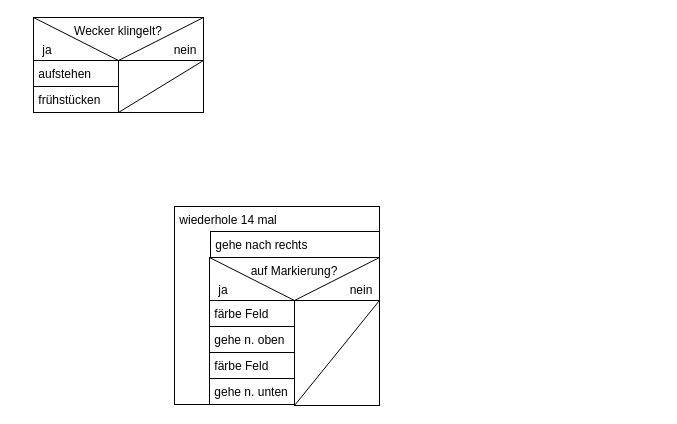
This is page "Bedingte Anweisung" (2 of 3) of Jahrgangsstufe 7.drawio from JoernWVSG/diagram, a draw.io file, before an edit. Source tidied: cells renumbered, new cells numbered last; positions are measured from the earlier drawing's top-left corner, leaving out a move shared by most shapes. Both pictures are drawn from the tidied source at 100%, with x=0, y=0 at pixel (17, 17).
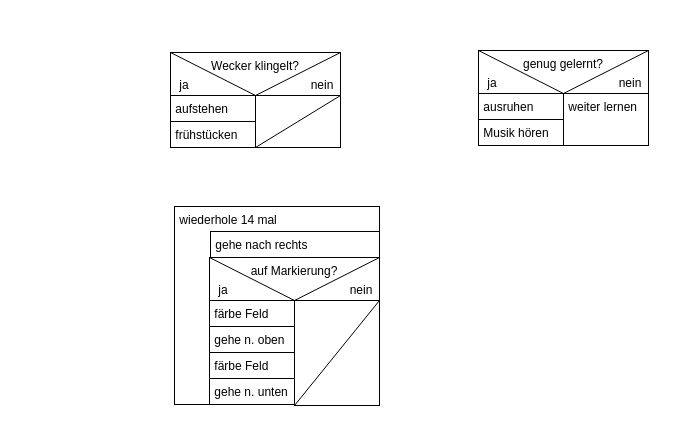
After the change.

Diff of the diagram source:
```diff
@@
     <mxCell id="2" value="Wecker klingelt?" style="rounded=0;whiteSpace=wrap;html=1;align=center;verticalAlign=top;" parent="1" vertex="1">
-      <mxGeometry x="16" width="170" height="95" as="geometry" />
+      <mxGeometry x="153" y="35" width="170" height="95" as="geometry" />
     </mxCell>
     <mxCell id="3" value="&amp;nbsp;aufstehen" style="rounded=0;whiteSpace=wrap;html=1;align=left;verticalAlign=top;" parent="1" vertex="1">
-      <mxGeometry x="16" y="43" width="85" height="27" as="geometry" />
+      <mxGeometry x="153" y="78" width="85" height="27" as="geometry" />
     </mxCell>
     <mxCell id="4" value="&amp;nbsp;frühstücken" style="rounded=0;whiteSpace=wrap;html=1;align=left;verticalAlign=top;" parent="1" vertex="1">
-      <mxGeometry x="16" y="69" width="85" height="26" as="geometry" />
+      <mxGeometry x="153" y="104" width="85" height="26" as="geometry" />
     </mxCell>
     <mxCell id="5" value="&amp;nbsp;" style="rounded=0;whiteSpace=wrap;html=1;align=left;verticalAlign=top;" parent="1" vertex="1">
-      <mxGeometry x="101" y="43" width="85" height="52" as="geometry" />
+      <mxGeometry x="238" y="78" width="85" height="52" as="geometry" />
     </mxCell>
@@
     <mxCell id="9" value="ja" style="text;html=1;align=center;verticalAlign=middle;whiteSpace=wrap;rounded=0;" parent="1" vertex="1">
-      <mxGeometry y="18" width="60" height="30" as="geometry" />
+      <mxGeometry x="137" y="53" width="60" height="30" as="geometry" />
     </mxCell>
     <mxCell id="10" value="nein" style="text;html=1;align=center;verticalAlign=middle;whiteSpace=wrap;rounded=0;" parent="1" vertex="1">
-      <mxGeometry x="138" y="18" width="60" height="30" as="geometry" />
+      <mxGeometry x="275" y="53" width="60" height="30" as="geometry" />
     </mxCell>
@@
+    <mxCell id="24" value="genug gelernt?" style="rounded=0;whiteSpace=wrap;html=1;align=center;verticalAlign=top;" parent="1" vertex="1">
+      <mxGeometry x="461" y="33" width="170" height="95" as="geometry" />
+    </mxCell>
+    <mxCell id="25" value="&amp;nbsp;ausruhen" style="rounded=0;whiteSpace=wrap;html=1;align=left;verticalAlign=top;" parent="1" vertex="1">
+      <mxGeometry x="461" y="76" width="85" height="27" as="geometry" />
+    </mxCell>
+    <mxCell id="26" value="&amp;nbsp;Musik hören" style="rounded=0;whiteSpace=wrap;html=1;align=left;verticalAlign=top;" parent="1" vertex="1">
+      <mxGeometry x="461" y="102" width="85" height="26" as="geometry" />
+    </mxCell>
+    <mxCell id="27" value="&amp;nbsp;" style="rounded=0;whiteSpace=wrap;html=1;align=left;verticalAlign=top;" parent="1" vertex="1">
+      <mxGeometry x="546" y="76" width="85" height="52" as="geometry" />
+    </mxCell>
+    <mxCell id="28" style="endArrow=none;html=1;rounded=0;exitX=0;exitY=0;exitDx=0;exitDy=0;entryX=0;entryY=0;entryDx=0;entryDy=0;" parent="1" edge="1" source="24" target="27">
+      <mxGeometry relative="1" as="geometry" />
+    </mxCell>
+    <mxCell id="29" style="endArrow=none;html=1;rounded=0;exitX=0;exitY=0;exitDx=0;exitDy=0;entryX=1;entryY=0;entryDx=0;entryDy=0;" parent="1" edge="1" source="27" target="24">
+      <mxGeometry relative="1" as="geometry" />
+    </mxCell>
+    <mxCell id="30" value="ja" style="text;html=1;align=center;verticalAlign=middle;whiteSpace=wrap;rounded=0;" parent="1" vertex="1">
+      <mxGeometry x="445" y="51" width="60" height="30" as="geometry" />
+    </mxCell>
+    <mxCell id="31" value="nein" style="text;html=1;align=center;verticalAlign=middle;whiteSpace=wrap;rounded=0;" parent="1" vertex="1">
+      <mxGeometry x="583" y="51" width="60" height="30" as="geometry" />
+    </mxCell>
+    <mxCell id="32" value="&amp;nbsp;weiter lernen" style="rounded=0;whiteSpace=wrap;html=1;align=left;verticalAlign=top;" parent="1" vertex="1">
+      <mxGeometry x="546" y="76" width="85" height="52" as="geometry" />
+    </mxCell>
```
